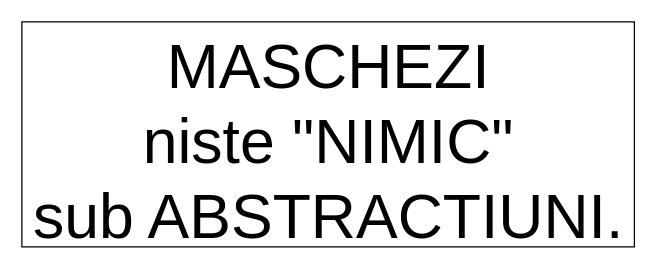
The draw.io diagram 8A9DF507-65FC-47E9-9D44-05ED525AA9D4_1_201_a.drawio.xml in sheeperoni/Diagrams, before the edit. Source tidied: cells renumbered, new cells numbered last; positions are measured from the earlier drawing's top-left corner, leaving out a move shared by most shapes. Both pictures are drawn from the tidied source at 125%, with x=0, y=0 at pixel (21, 21).
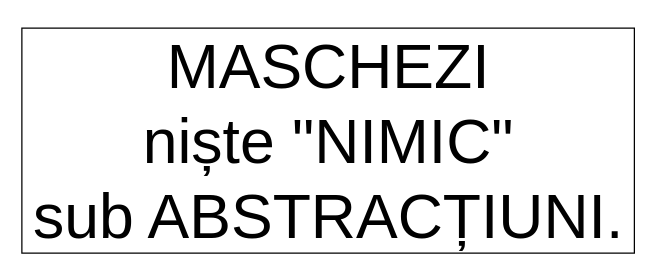
Above is the later version.

What changed in the source:
```diff
@@
 <mxGraphModel>
   <root>
     <mxCell id="0" />
     <mxCell id="1" parent="0" />
-    <mxCell id="2" value="&lt;font style=&quot;font-size: 50px&quot;&gt;MASCHEZI&lt;br&gt;niste &quot;NIMIC&quot;&lt;br&gt;sub ABSTRACTIUNI.&lt;br&gt;&lt;/font&gt;" style="text;html=1;align=center;verticalAlign=middle;strokeColor=none;fillColor=none;" parent="1" vertex="1">
+    <mxCell id="2" value="&lt;font style=&quot;font-size: 50px&quot;&gt;MASCHEZI&lt;br&gt;niște &quot;NIMIC&quot;&lt;br&gt;sub ABSTRACȚIUNI.&lt;br&gt;&lt;/font&gt;" style="text;html=1;align=center;verticalAlign=middle;strokeColor=none;fillColor=none;" parent="1" vertex="1">
       <mxGeometry y="50" width="490" height="90" as="geometry" />
     </mxCell>
     <mxCell id="3" style="rounded=0;whiteSpace=wrap;html=1;fontSize=50;fillColor=none;" parent="1" vertex="1">
-      <mxGeometry width="490" height="180" as="geometry" />
+      <mxGeometry y="5" width="490" height="180" as="geometry" />
     </mxCell>
   </root>
 </mxGraphModel>
```
